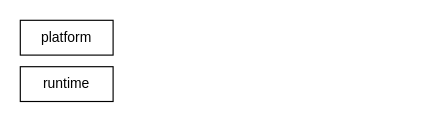
Earlier version of the draw.io diagram runtime.drawio (foreignbill/drawio). Source tidied: cells renumbered, new cells numbered last; positions are measured from the earlier drawing's top-left corner, leaving out a move shared by most shapes. Both pictures are drawn from the tidied source at 116%, with x=0, y=0 at pixel (20, 20).
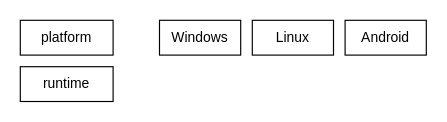
After the change.

The edit, as a diff of the source:
```diff
@@
 <mxGraphModel>
   <root>
     <mxCell id="0" />
     <mxCell id="1" parent="0" />
     <mxCell id="2" value="platform" style="rounded=0;whiteSpace=wrap;html=1;" parent="1" vertex="1">
       <mxGeometry width="80" height="30" as="geometry" />
     </mxCell>
     <mxCell id="3" value="runtime" style="rounded=0;whiteSpace=wrap;html=1;" parent="1" vertex="1">
       <mxGeometry y="40" width="80" height="30" as="geometry" />
     </mxCell>
+    <mxCell id="4" value="Windows" style="rounded=0;whiteSpace=wrap;html=1;" parent="1" vertex="1">
+      <mxGeometry x="120" width="70" height="30" as="geometry" />
+    </mxCell>
+    <mxCell id="5" value="Linux" style="rounded=0;whiteSpace=wrap;html=1;" parent="1" vertex="1">
+      <mxGeometry x="200" width="70" height="30" as="geometry" />
+    </mxCell>
+    <mxCell id="6" value="Android" style="rounded=0;whiteSpace=wrap;html=1;" parent="1" vertex="1">
+      <mxGeometry x="280" width="70" height="30" as="geometry" />
+    </mxCell>
   </root>
 </mxGraphModel>
```
